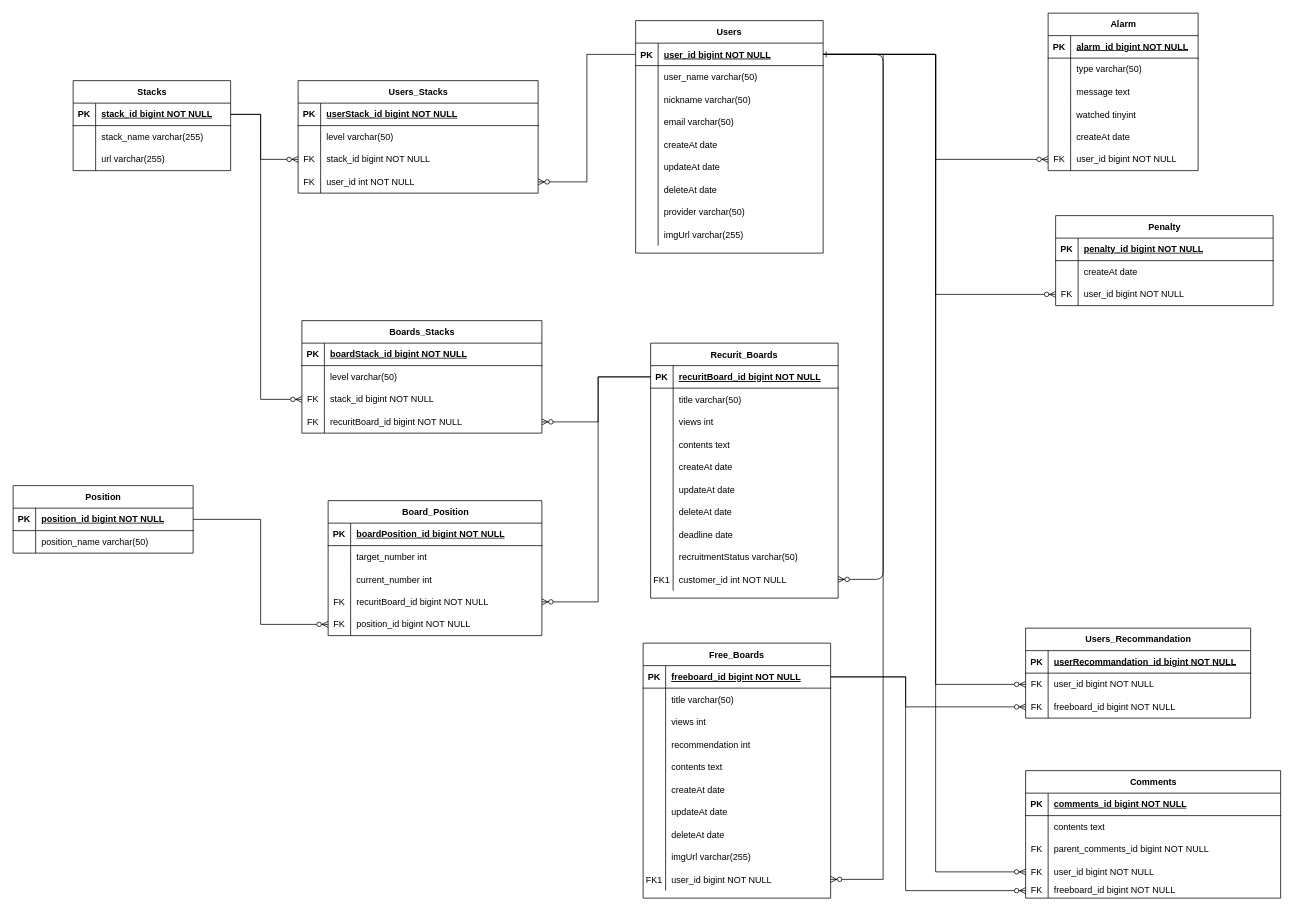
Earlier version of the draw.io diagram server/ERD.drawio (Side-Effect-Team/side-effect-backend). Source tidied: cells renumbered, new cells numbered last; positions are measured from the earlier drawing's top-left corner, leaving out a move shared by most shapes. Both pictures are drawn from the tidied source at 75%, with x=0, y=0 at pixel (13, 13).
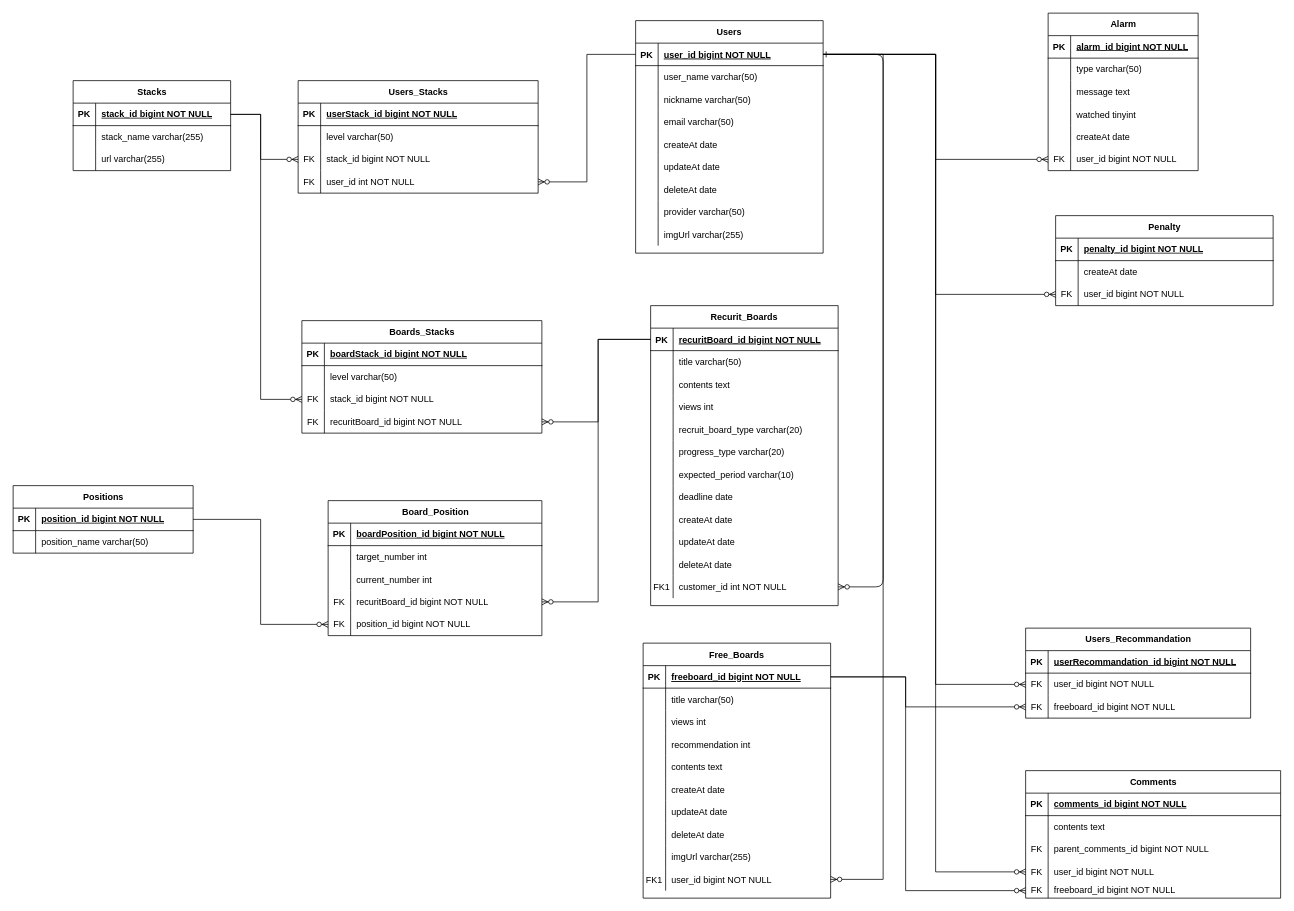
After the change.

Unchanged cells that the change refers to:
```xml
<mxCell id="10" style="shape=tableRow;horizontal=0;startSize=0;swimlaneHead=0;swimlaneBody=0;fillColor=none;top=0;left=0;right=0;bottom=0;" parent="3" vertex="1">
  <mxGeometry y="90" width="250" height="30" as="geometry" />
</mxCell>
<mxCell id="13" style="shape=tableRow;horizontal=0;startSize=0;swimlaneHead=0;swimlaneBody=0;fillColor=none;top=0;left=0;right=0;bottom=0;" parent="3" vertex="1">
  <mxGeometry y="120" width="250" height="30" as="geometry" />
</mxCell>
```

The edit, as a diff of the source:
```diff
@@
     <mxCell id="3" value="Recurit_Boards" style="shape=table;startSize=30;childLayout=tableLayout;rowLines=0;fontStyle=1;align=center;" parent="1" vertex="1">
-      <mxGeometry x="850" y="440" width="250" height="340" as="geometry" />
+      <mxGeometry x="850" y="390" width="250" height="400" as="geometry" />
     </mxCell>
@@
-    <mxCell id="12" value="views int" style="shape=partialRectangle;fillColor=none;top=0;left=0;bottom=0;right=0;align=left;spacingLeft=6;overflow=hidden;" parent="10" vertex="1">
+    <mxCell id="12" value="contents text" style="shape=partialRectangle;fillColor=none;top=0;left=0;bottom=0;right=0;align=left;spacingLeft=6;overflow=hidden;" parent="10" vertex="1">
       <mxGeometry x="30" width="220" height="30" as="geometry" />
     </mxCell>
@@
-    <mxCell id="15" value="contents text" style="shape=partialRectangle;fillColor=none;top=0;left=0;bottom=0;right=0;align=left;spacingLeft=6;overflow=hidden;" parent="13" vertex="1">
+    <mxCell id="15" value="views int" style="shape=partialRectangle;fillColor=none;top=0;left=0;bottom=0;right=0;align=left;spacingLeft=6;overflow=hidden;" parent="13" vertex="1">
       <mxGeometry x="30" width="220" height="30" as="geometry" />
     </mxCell>
+    <mxCell id="222" style="shape=tableRow;horizontal=0;startSize=0;swimlaneHead=0;swimlaneBody=0;fillColor=none;top=0;left=0;right=0;bottom=0;" parent="3" vertex="1">
+      <mxGeometry y="150" width="250" height="30" as="geometry" />
+    </mxCell>
+    <mxCell id="223" style="shape=partialRectangle;fillColor=none;top=0;left=0;bottom=0;right=0;overflow=hidden;" parent="222" vertex="1">
+      <mxGeometry width="30" height="30" as="geometry" />
+    </mxCell>
+    <mxCell id="224" value="recruit_board_type varchar(20)" style="shape=partialRectangle;fillColor=none;top=0;left=0;bottom=0;right=0;align=left;spacingLeft=6;overflow=hidden;" parent="222" vertex="1">
+      <mxGeometry x="30" width="220" height="30" as="geometry" />
+    </mxCell>
+    <mxCell id="225" style="shape=tableRow;horizontal=0;startSize=0;swimlaneHead=0;swimlaneBody=0;fillColor=none;top=0;left=0;right=0;bottom=0;" parent="3" vertex="1">
+      <mxGeometry y="180" width="250" height="30" as="geometry" />
+    </mxCell>
+    <mxCell id="226" style="shape=partialRectangle;fillColor=none;top=0;left=0;bottom=0;right=0;overflow=hidden;" parent="225" vertex="1">
+      <mxGeometry width="30" height="30" as="geometry" />
+    </mxCell>
+    <mxCell id="227" value="progress_type varchar(20)" style="shape=partialRectangle;fillColor=none;top=0;left=0;bottom=0;right=0;align=left;spacingLeft=6;overflow=hidden;" parent="225" vertex="1">
+      <mxGeometry x="30" width="220" height="30" as="geometry" />
+    </mxCell>
+    <mxCell id="28" style="shape=tableRow;horizontal=0;startSize=0;swimlaneHead=0;swimlaneBody=0;fillColor=none;top=0;left=0;right=0;bottom=0;" parent="3" vertex="1">
+      <mxGeometry y="210" width="250" height="30" as="geometry" />
+    </mxCell>
+    <mxCell id="29" style="shape=partialRectangle;fillColor=none;top=0;left=0;bottom=0;right=0;overflow=hidden;" parent="28" vertex="1">
+      <mxGeometry width="30" height="30" as="geometry" />
+    </mxCell>
+    <mxCell id="30" value="expected_period varchar(10)" style="shape=partialRectangle;fillColor=none;top=0;left=0;bottom=0;right=0;align=left;spacingLeft=6;overflow=hidden;" parent="28" vertex="1">
+      <mxGeometry x="30" width="220" height="30" as="geometry" />
+    </mxCell>
+    <mxCell id="25" style="shape=tableRow;horizontal=0;startSize=0;swimlaneHead=0;swimlaneBody=0;fillColor=none;top=0;left=0;right=0;bottom=0;" parent="3" vertex="1">
+      <mxGeometry y="240" width="250" height="30" as="geometry" />
+    </mxCell>
+    <mxCell id="26" style="shape=partialRectangle;fillColor=none;top=0;left=0;bottom=0;right=0;overflow=hidden;" parent="25" vertex="1">
+      <mxGeometry width="30" height="30" as="geometry" />
+    </mxCell>
+    <mxCell id="27" value="deadline date" style="shape=partialRectangle;fillColor=none;top=0;left=0;bottom=0;right=0;align=left;spacingLeft=6;overflow=hidden;" parent="25" vertex="1">
+      <mxGeometry x="30" width="220" height="30" as="geometry" />
+    </mxCell>
     <mxCell id="16" style="shape=partialRectangle;fillColor=none;top=0;left=0;right=0;bottom=0;" parent="3" vertex="1">
-      <mxGeometry y="150" width="250" height="30" as="geometry" />
+      <mxGeometry y="270" width="250" height="30" as="geometry" />
     </mxCell>
@@
     <mxCell id="19" style="shape=tableRow;horizontal=0;startSize=0;swimlaneHead=0;swimlaneBody=0;fillColor=none;top=0;left=0;right=0;bottom=0;" parent="3" vertex="1">
-      <mxGeometry y="180" width="250" height="30" as="geometry" />
+      <mxGeometry y="300" width="250" height="30" as="geometry" />
     </mxCell>
@@
     <mxCell id="22" style="shape=tableRow;horizontal=0;startSize=0;swimlaneHead=0;swimlaneBody=0;fillColor=none;top=0;left=0;right=0;bottom=0;" parent="3" vertex="1">
-      <mxGeometry y="210" width="250" height="30" as="geometry" />
+      <mxGeometry y="330" width="250" height="30" as="geometry" />
     </mxCell>
@@
-    <mxCell id="25" style="shape=tableRow;horizontal=0;startSize=0;swimlaneHead=0;swimlaneBody=0;fillColor=none;top=0;left=0;right=0;bottom=0;" parent="3" vertex="1">
-      <mxGeometry y="240" width="250" height="30" as="geometry" />
-    </mxCell>
-    <mxCell id="26" style="shape=partialRectangle;fillColor=none;top=0;left=0;bottom=0;right=0;overflow=hidden;" parent="25" vertex="1">
-      <mxGeometry width="30" height="30" as="geometry" />
-    </mxCell>
-    <mxCell id="27" value="deadline date" style="shape=partialRectangle;fillColor=none;top=0;left=0;bottom=0;right=0;align=left;spacingLeft=6;overflow=hidden;" parent="25" vertex="1">
-      <mxGeometry x="30" width="220" height="30" as="geometry" />
-    </mxCell>
-    <mxCell id="28" style="shape=tableRow;horizontal=0;startSize=0;swimlaneHead=0;swimlaneBody=0;fillColor=none;top=0;left=0;right=0;bottom=0;" parent="3" vertex="1">
-      <mxGeometry y="270" width="250" height="30" as="geometry" />
-    </mxCell>
-    <mxCell id="29" style="shape=partialRectangle;fillColor=none;top=0;left=0;bottom=0;right=0;overflow=hidden;" parent="28" vertex="1">
-      <mxGeometry width="30" height="30" as="geometry" />
-    </mxCell>
-    <mxCell id="30" value="recruitmentStatus varchar(50) " style="shape=partialRectangle;fillColor=none;top=0;left=0;bottom=0;right=0;align=left;spacingLeft=6;overflow=hidden;" parent="28" vertex="1">
-      <mxGeometry x="30" width="220" height="30" as="geometry" />
-    </mxCell>
     <mxCell id="31" style="shape=partialRectangle;fillColor=none;points=[[0,0.5],[1,0.5]];portConstraint=eastwest;top=0;left=0;right=0;bottom=0;" parent="3" vertex="1">
-      <mxGeometry y="300" width="250" height="30" as="geometry" />
+      <mxGeometry y="360" width="250" height="30" as="geometry" />
     </mxCell>
@@
-    <mxCell id="104" value="Position" style="shape=table;startSize=30;childLayout=tableLayout;rowLines=0;fontStyle=1;align=center;html=1;" parent="1" vertex="1">
+    <mxCell id="104" value="Positions" style="shape=table;startSize=30;childLayout=tableLayout;rowLines=0;fontStyle=1;align=center;html=1;" parent="1" vertex="1">
       <mxGeometry y="630" width="240" height="90" as="geometry" />
     </mxCell>
```
